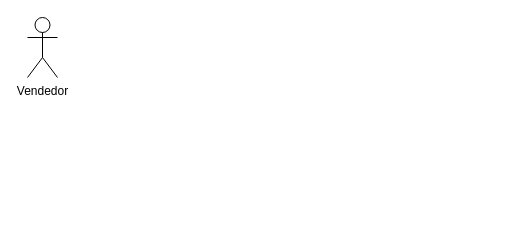
Earlier version of the draw.io diagram RGC - Geração de termo no Conexão.drawio (samirali/ClaroBrasil). Source tidied: cells renumbered, new cells numbered last; positions are measured from the earlier drawing's top-left corner, leaving out a move shared by most shapes. Both pictures are drawn from the tidied source at 100%, with x=0, y=0 at pixel (27, 17).
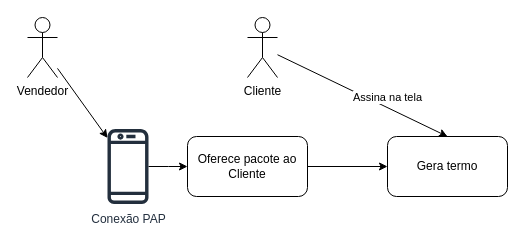
The same page after the edit.

The edit, as a diff of the source:
```diff
@@
 <mxGraphModel>
   <root>
     <mxCell id="0" />
     <mxCell id="1" parent="0" />
     <mxCell id="2" value="Vendedor" style="shape=umlActor;verticalLabelPosition=bottom;verticalAlign=top;html=1;outlineConnect=0;" parent="1" vertex="1">
       <mxGeometry width="30" height="60" as="geometry" />
     </mxCell>
+    <mxCell id="3" style="edgeStyle=orthogonalEdgeStyle;rounded=0;jettySize=auto;html=1;" parent="1" edge="1" source="4" target="7">
+      <mxGeometry relative="1" as="geometry" />
+    </mxCell>
+    <mxCell id="4" value="Conexão PAP" style="sketch=0;outlineConnect=0;fontColor=#232F3E;gradientColor=none;fillColor=#232F3D;strokeColor=none;dashed=0;verticalLabelPosition=bottom;verticalAlign=top;align=center;html=1;fontSize=12;fontStyle=0;shape=mxgraph.aws4.mobile_client;" parent="1" vertex="1">
+      <mxGeometry x="80" y="110" width="41" height="78" as="geometry" />
+    </mxCell>
+    <mxCell id="5" style="endArrow=classic;html=1;rounded=0;" parent="1" edge="1" source="2" target="4">
+      <mxGeometry relative="1" as="geometry" />
+    </mxCell>
+    <mxCell id="6" style="edgeStyle=orthogonalEdgeStyle;rounded=0;jettySize=auto;html=1;" parent="1" edge="1" source="7" target="8">
+      <mxGeometry relative="1" as="geometry" />
+    </mxCell>
+    <mxCell id="7" value="Oferece pacote ao Cliente" style="rounded=1;whiteSpace=wrap;html=1;" parent="1" vertex="1">
+      <mxGeometry x="160" y="119" width="120" height="60" as="geometry" />
+    </mxCell>
+    <mxCell id="8" value="Gera termo" style="whiteSpace=wrap;html=1;rounded=1;" parent="1" vertex="1">
+      <mxGeometry x="360" y="119" width="120" height="60" as="geometry" />
+    </mxCell>
+    <mxCell id="9" value="Cliente" style="shape=umlActor;verticalLabelPosition=bottom;verticalAlign=top;html=1;outlineConnect=0;" parent="1" vertex="1">
+      <mxGeometry x="220" width="30" height="60" as="geometry" />
+    </mxCell>
+    <mxCell id="10" style="endArrow=classic;html=1;rounded=0;entryX=0.5;entryY=0;entryDx=0;entryDy=0;" parent="1" edge="1" source="9" target="8">
+      <mxGeometry relative="1" as="geometry" />
+    </mxCell>
+    <mxCell id="11" value="Assina na tela" style="edgeLabel;html=1;align=center;verticalAlign=middle;" parent="10" vertex="1">
+      <mxGeometry x="-0.25" y="-1" relative="1" as="geometry">
+        <mxPoint x="46" y="11" as="offset" />
+      </mxGeometry>
+    </mxCell>
   </root>
 </mxGraphModel>
```
